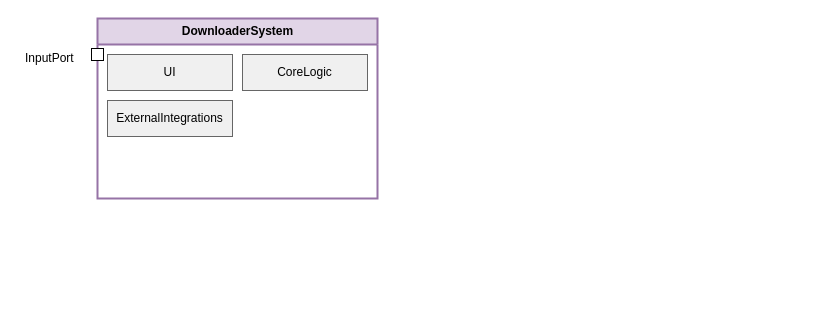
techdeveloper-org/youtube-playlist-downloader keeps this draw.io diagram as docs/drawio/composite_diagram.drawio. Above is the earlier version. Source tidied: cells renumbered, new cells numbered last; positions are measured from the earlier drawing's top-left corner, leaving out a move shared by most shapes. Both pictures are drawn from the tidied source at 100%, with x=0, y=0 at pixel (17, 18).
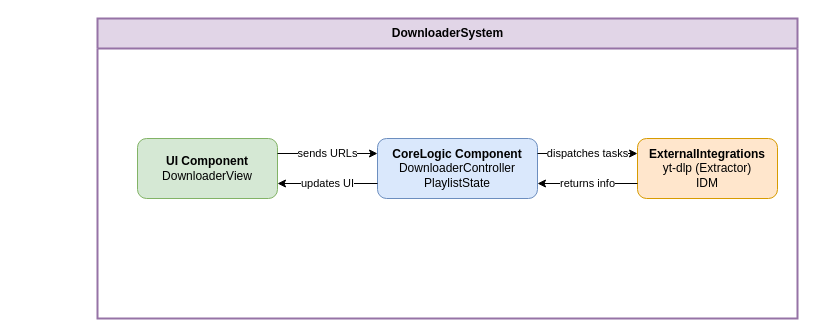
Above is the later version.

Commit message (it also covers changes not shown here):
docs: strictly sync Draw.io composite and timing diagrams with UML updates

Change to the diagram source:
```diff
@@
 <mxGraphModel>
   <root>
     <mxCell id="0" />
     <mxCell id="1" parent="0" />
-    <mxCell id="2" value="DownloaderSystem" style="swimlane;fontStyle=1;align=center;startSize=26;html=1;fillColor=#E1D5E7;strokeColor=#9673A6;strokeWidth=2;" parent="1" vertex="1">
-      <mxGeometry x="80" width="280" height="180" as="geometry" />
+    <mxCell id="2" value="DownloaderSystem" style="swimlane;fontStyle=1;align=center;startSize=30;html=1;fillColor=#E1D5E7;strokeColor=#9673A6;strokeWidth=2;" parent="1" vertex="1">
+      <mxGeometry x="80" width="700" height="300" as="geometry" />
     </mxCell>
-    <mxCell id="3" value="UI" style="rounded=0;whiteSpace=wrap;html=1;fillColor=#F0F0F0;strokeColor=#666666;" parent="2" vertex="1">
-      <mxGeometry x="10" y="36" width="125" height="36" as="geometry" />
+    <mxCell id="3" value="&lt;b&gt;UI Component&lt;/b&gt;&lt;br&gt;DownloaderView" style="rounded=1;whiteSpace=wrap;html=1;fillColor=#D5E8D4;strokeColor=#82B366;" parent="2" vertex="1">
+      <mxGeometry x="40" y="120" width="140" height="60" as="geometry" />
     </mxCell>
-    <mxCell id="4" value="CoreLogic" style="rounded=0;whiteSpace=wrap;html=1;fillColor=#F0F0F0;strokeColor=#666666;" parent="2" vertex="1">
-      <mxGeometry x="145" y="36" width="125" height="36" as="geometry" />
+    <mxCell id="4" value="&lt;b&gt;CoreLogic Component&lt;/b&gt;&lt;br&gt;DownloaderController&lt;br&gt;PlaylistState" style="rounded=1;whiteSpace=wrap;html=1;fillColor=#DAE8FC;strokeColor=#6C8EBF;" parent="2" vertex="1">
+      <mxGeometry x="280" y="120" width="160" height="60" as="geometry" />
     </mxCell>
-    <mxCell id="5" value="ExternalIntegrations" style="rounded=0;whiteSpace=wrap;html=1;fillColor=#F0F0F0;strokeColor=#666666;" parent="2" vertex="1">
-      <mxGeometry x="10" y="82" width="125" height="36" as="geometry" />
+    <mxCell id="5" value="&lt;b&gt;ExternalIntegrations&lt;/b&gt;&lt;br&gt;yt-dlp (Extractor)&lt;br&gt;IDM" style="rounded=1;whiteSpace=wrap;html=1;fillColor=#FFE6CC;strokeColor=#D79B00;" parent="2" vertex="1">
+      <mxGeometry x="540" y="120" width="140" height="60" as="geometry" />
     </mxCell>
-    <mxCell id="6" style="html=1;strokeColor=#000000;fillColor=#FFFFFF;strokeWidth=1;" parent="2" vertex="1">
-      <mxGeometry x="-6" y="30" width="12" height="12" as="geometry" />
+    <mxCell id="6" value="sends URLs" style="edgeStyle=orthogonalEdgeStyle;rounded=0;jettySize=auto;html=1;entryX=0;entryY=0.25;entryDx=0;entryDy=0;exitX=1;exitY=0.25;exitDx=0;exitDy=0;" parent="2" edge="1" source="3" target="4">
+      <mxGeometry relative="1" as="geometry" />
     </mxCell>
-    <mxCell id="7" value="InputPort" style="text;html=1;strokeColor=none;fillColor=none;align=left;verticalAlign=middle;spacingLeft=6;" parent="1" vertex="1">
-      <mxGeometry y="30" width="75" height="20" as="geometry" />
+    <mxCell id="7" value="updates UI" style="edgeStyle=orthogonalEdgeStyle;rounded=0;jettySize=auto;html=1;entryX=1;entryY=0.75;entryDx=0;entryDy=0;exitX=0;exitY=0.75;exitDx=0;exitDy=0;" parent="2" edge="1" source="4" target="3">
+      <mxGeometry relative="1" as="geometry" />
     </mxCell>
+    <mxCell id="8" value="dispatches tasks" style="edgeStyle=orthogonalEdgeStyle;rounded=0;jettySize=auto;html=1;entryX=0;entryY=0.25;entryDx=0;entryDy=0;exitX=1;exitY=0.25;exitDx=0;exitDy=0;" parent="2" edge="1" source="4" target="5">
+      <mxGeometry relative="1" as="geometry" />
+    </mxCell>
+    <mxCell id="9" value="returns info" style="edgeStyle=orthogonalEdgeStyle;rounded=0;jettySize=auto;html=1;entryX=1;entryY=0.75;entryDx=0;entryDy=0;exitX=0;exitY=0.75;exitDx=0;exitDy=0;" parent="2" edge="1" source="5" target="4">
+      <mxGeometry relative="1" as="geometry" />
+    </mxCell>
   </root>
 </mxGraphModel>
```
